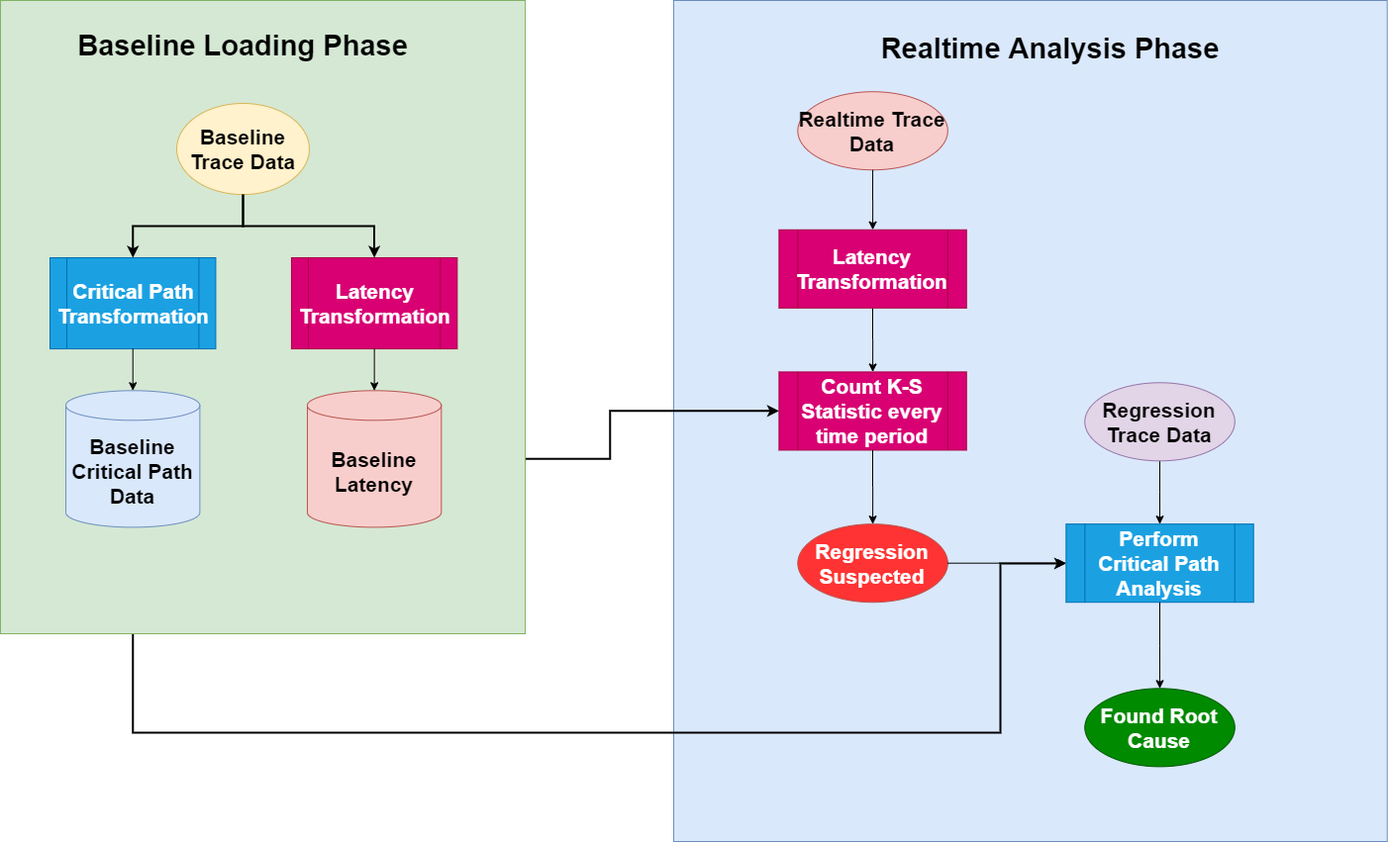
The draw.io diagram resources/ch3/alur_v2.png in masterraf21/thesis, before a commit. Source tidied: cells renumbered, new cells last; positions are measured from the earlier drawing's top-left corner, leaving out a move shared by most shapes.
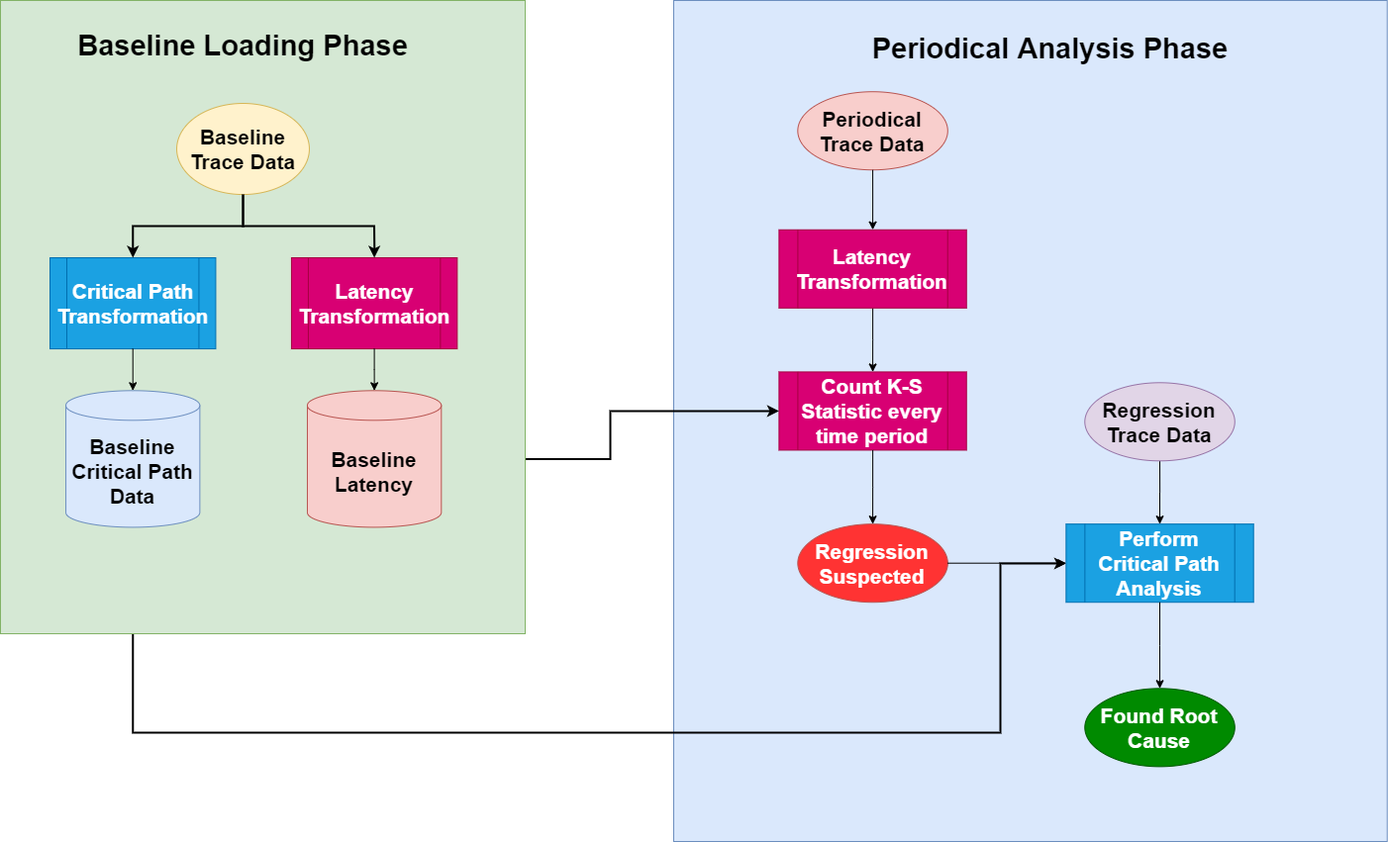
Later version of the same file.

What changed in the source:
```diff
@@ -8,10 +8,10 @@
     <mxCell id="3" style="group;fillColor=#dae8fc;strokeColor=#6c8ebf;" parent="2" vertex="1">
       <mxGeometry width="720.7" height="850" as="geometry" />
     </mxCell>
-    <mxCell id="4" value="&lt;font size=&quot;1&quot;&gt;&lt;b style=&quot;font-size: 29px&quot;&gt;Realtime Analysis Phase&lt;/b&gt;&lt;/font&gt;" style="text;html=1;strokeColor=none;fillColor=none;align=center;verticalAlign=middle;whiteSpace=wrap;rounded=0;" parent="2" vertex="1">
+    <mxCell id="4" value="&lt;font size=&quot;1&quot;&gt;&lt;b style=&quot;font-size: 29px&quot;&gt;Periodical Analysis Phase&lt;/b&gt;&lt;/font&gt;" style="text;html=1;strokeColor=none;fillColor=none;align=center;verticalAlign=middle;whiteSpace=wrap;rounded=0;" parent="2" vertex="1">
       <mxGeometry x="198.2" y="34.3" width="365.1" height="26.3" as="geometry" />
     </mxCell>
-    <mxCell id="5" value="&lt;font size=&quot;1&quot;&gt;&lt;b style=&quot;font-size: 21px&quot;&gt;Realtime Trace Data&lt;/b&gt;&lt;/font&gt;" style="ellipse;whiteSpace=wrap;html=1;fillColor=#f8cecc;strokeColor=#b85450;" parent="2" vertex="1">
+    <mxCell id="5" value="&lt;font size=&quot;1&quot;&gt;&lt;b style=&quot;font-size: 21px&quot;&gt;Periodical Trace Data&lt;/b&gt;&lt;/font&gt;" style="ellipse;whiteSpace=wrap;html=1;fillColor=#f8cecc;strokeColor=#b85450;" parent="2" vertex="1">
       <mxGeometry x="125.3" y="92.2" width="151.5" height="79" as="geometry" />
     </mxCell>
     <mxCell id="6" value="&lt;font size=&quot;1&quot;&gt;&lt;b style=&quot;font-size: 21px&quot;&gt;Count K-S Statistic every time period&lt;/b&gt;&lt;/font&gt;" style="shape=process;whiteSpace=wrap;html=1;backgroundOutline=1;fillColor=#d80073;strokeColor=#A50040;fontColor=#ffffff;" parent="2" vertex="1">
```
